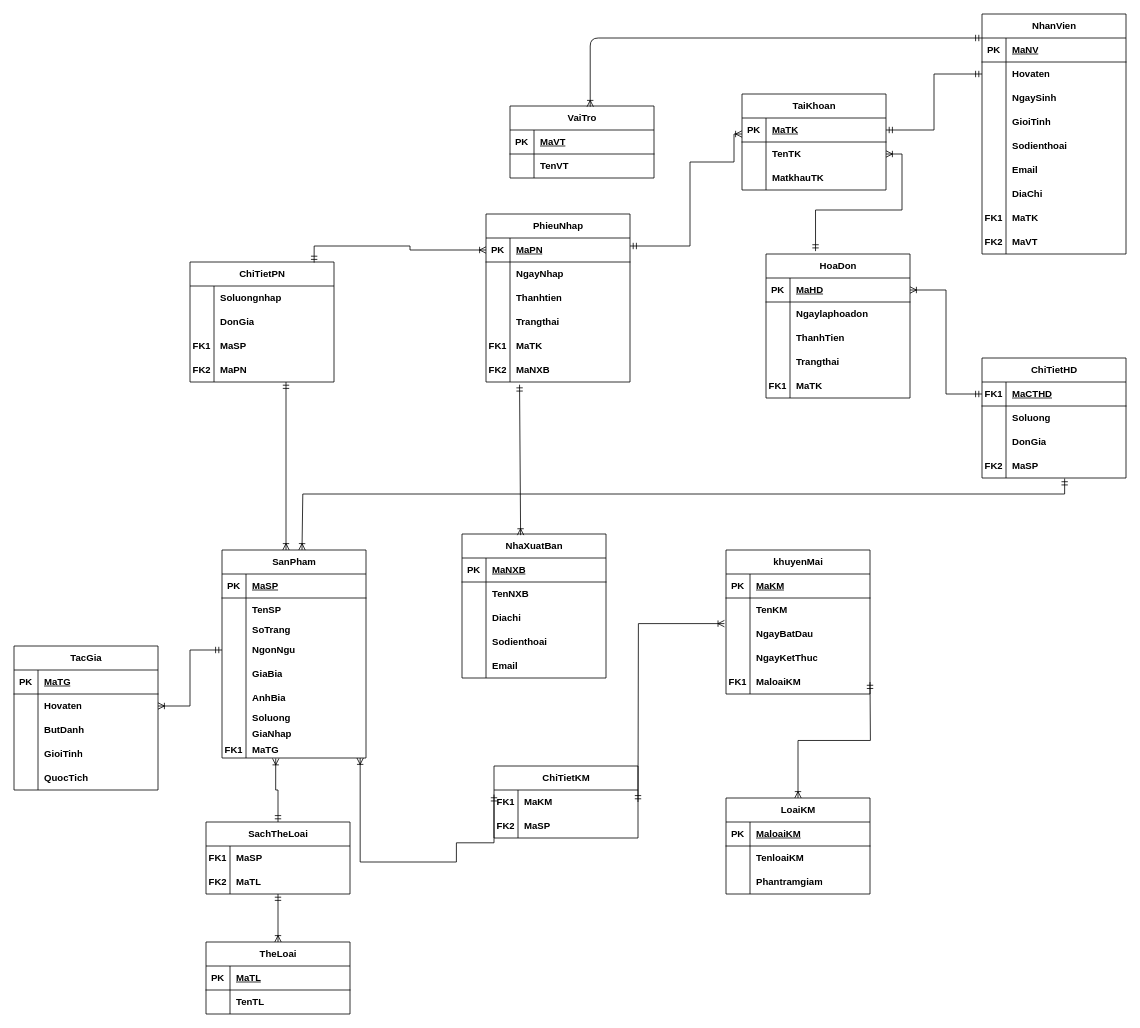
The draw.io diagram DrawIO/ERD.drawio in LuuD04N/CNPM_QLSach_Backup, before the edit. Source tidied: cells renumbered, new cells numbered last; positions are measured from the earlier drawing's top-left corner, leaving out a move shared by most shapes. Both pictures are drawn from the tidied source at 80%, with x=0, y=0 at pixel (14, 14).
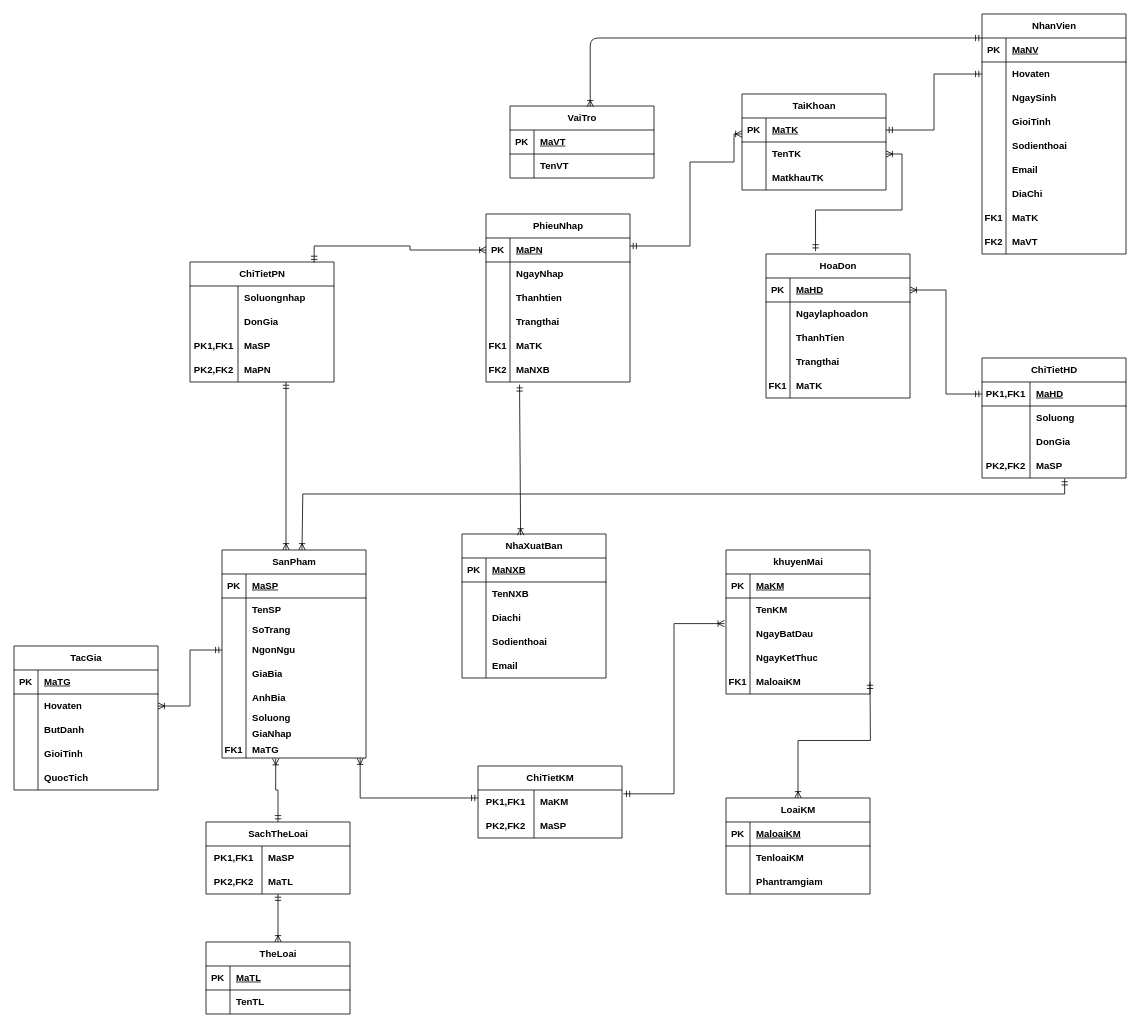
Above is the later version.

Unchanged cells that the change refers to:
```xml
<mxCell id="146" style="shape=tableRow;horizontal=0;startSize=0;swimlaneHead=0;swimlaneBody=0;fillColor=none;top=0;left=0;right=0;bottom=0;fontStyle=1;" parent="145" vertex="1">
  <mxGeometry y="30" width="180" height="30" as="geometry" />
</mxCell>
<mxCell id="149" style="shape=tableRow;horizontal=0;startSize=0;swimlaneHead=0;swimlaneBody=0;fillColor=none;top=0;left=0;right=0;bottom=0;fontStyle=1;" parent="145" vertex="1">
  <mxGeometry y="60" width="180" height="30" as="geometry" />
</mxCell>
<mxCell id="152" style="shape=tableRow;horizontal=0;startSize=0;swimlaneHead=0;swimlaneBody=0;fillColor=none;top=0;left=0;right=0;bottom=0;fontStyle=1;" parent="145" vertex="1">
  <mxGeometry y="90" width="180" height="30" as="geometry" />
</mxCell>
<mxCell id="155" style="shape=tableRow;horizontal=0;startSize=0;swimlaneHead=0;swimlaneBody=0;fillColor=none;points=[[0,0.5],[1,0.5]];portConstraint=eastwest;top=0;left=0;right=0;bottom=0;fontStyle=1;" parent="145" vertex="1">
  <mxGeometry y="120" width="180" height="30" as="geometry" />
</mxCell>
<mxCell id="162" style="shape=tableRow;horizontal=0;startSize=0;swimlaneHead=0;swimlaneBody=0;fillColor=none;points=[[0,0.5],[1,0.5]];portConstraint=eastwest;top=0;left=0;right=0;bottom=1;fontStyle=1;" parent="161" vertex="1">
  <mxGeometry y="30" width="180" height="30" as="geometry" />
</mxCell>
<mxCell id="165" style="shape=tableRow;horizontal=0;startSize=0;swimlaneHead=0;swimlaneBody=0;fillColor=none;top=0;left=0;right=0;bottom=0;fontStyle=1;" parent="161" vertex="1">
  <mxGeometry y="60" width="180" height="30" as="geometry" />
</mxCell>
<mxCell id="168" style="shape=tableRow;horizontal=0;startSize=0;swimlaneHead=0;swimlaneBody=0;fillColor=none;top=0;left=0;right=0;bottom=0;fontStyle=1;" parent="161" vertex="1">
  <mxGeometry y="90" width="180" height="30" as="geometry" />
</mxCell>
<mxCell id="171" style="shape=tableRow;horizontal=0;startSize=0;swimlaneHead=0;swimlaneBody=0;fillColor=none;points=[[0,0.5],[1,0.5]];portConstraint=eastwest;top=0;left=0;right=0;bottom=0;fontStyle=1;" parent="161" vertex="1">
  <mxGeometry y="120" width="180" height="30" as="geometry" />
</mxCell>
<mxCell id="190" style="shape=tableRow;horizontal=0;startSize=0;swimlaneHead=0;swimlaneBody=0;fillColor=none;points=[[0,0.5],[1,0.5]];portConstraint=eastwest;top=0;left=0;right=0;bottom=0;fontStyle=1;" parent="183" vertex="1">
  <mxGeometry y="90" width="180" height="30" as="geometry" />
</mxCell>
<mxCell id="200" style="shape=tableRow;horizontal=0;startSize=0;swimlaneHead=0;swimlaneBody=0;fillColor=none;points=[[0,0.5],[1,0.5]];portConstraint=eastwest;top=0;left=0;right=0;bottom=0;fontStyle=1;" parent="199" vertex="1">
  <mxGeometry y="30" width="180" height="30" as="geometry" />
</mxCell>
<mxCell id="203" style="shape=tableRow;horizontal=0;startSize=0;swimlaneHead=0;swimlaneBody=0;fillColor=none;top=0;left=0;right=0;bottom=0;fontStyle=1;" parent="199" vertex="1">
  <mxGeometry y="60" width="180" height="30" as="geometry" />
</mxCell>
<mxCell id="220" style="shape=tableRow;horizontal=0;startSize=0;swimlaneHead=0;swimlaneBody=0;fillColor=none;top=0;left=0;right=0;bottom=0;fontStyle=1;" parent="219" vertex="1">
  <mxGeometry y="30" width="180" height="30" as="geometry" />
</mxCell>
<mxCell id="223" style="shape=tableRow;horizontal=0;startSize=0;swimlaneHead=0;swimlaneBody=0;fillColor=none;points=[[0,0.5],[1,0.5]];portConstraint=eastwest;top=0;left=0;right=0;bottom=0;fontStyle=1;" parent="219" vertex="1">
  <mxGeometry y="60" width="180" height="30" as="geometry" />
</mxCell>
```

Diff of the diagram source:
```diff
@@
     <mxCell id="147" style="shape=partialRectangle;fillColor=none;top=0;left=0;bottom=0;right=0;overflow=hidden;whiteSpace=wrap;html=1;fontStyle=1;" parent="146" vertex="1">
-      <mxGeometry width="30" height="30" as="geometry" />
+      <mxGeometry width="60" height="30" as="geometry" />
     </mxCell>
     <mxCell id="148" value="Soluongnhap" style="shape=partialRectangle;fillColor=none;top=0;left=0;bottom=0;right=0;align=left;spacingLeft=6;overflow=hidden;whiteSpace=wrap;html=1;fontStyle=1;" parent="146" vertex="1">
-      <mxGeometry x="30" width="150" height="30" as="geometry" />
+      <mxGeometry x="60" width="120" height="30" as="geometry" />
     </mxCell>
@@
     <mxCell id="150" style="shape=partialRectangle;fillColor=none;top=0;left=0;bottom=0;right=0;overflow=hidden;whiteSpace=wrap;html=1;fontStyle=1;" parent="149" vertex="1">
-      <mxGeometry width="30" height="30" as="geometry" />
+      <mxGeometry width="60" height="30" as="geometry" />
     </mxCell>
     <mxCell id="151" value="DonGia" style="shape=partialRectangle;fillColor=none;top=0;left=0;bottom=0;right=0;align=left;spacingLeft=6;overflow=hidden;whiteSpace=wrap;html=1;fontStyle=1;" parent="149" vertex="1">
-      <mxGeometry x="30" width="150" height="30" as="geometry" />
+      <mxGeometry x="60" width="120" height="30" as="geometry" />
     </mxCell>
@@
-    <mxCell id="153" value="FK1" style="shape=partialRectangle;fillColor=none;top=0;left=0;bottom=0;right=0;overflow=hidden;whiteSpace=wrap;html=1;fontStyle=1;" parent="152" vertex="1">
-      <mxGeometry width="30" height="30" as="geometry" />
+    <mxCell id="153" value="PK1,FK1" style="shape=partialRectangle;fillColor=none;top=0;left=0;bottom=0;right=0;overflow=hidden;whiteSpace=wrap;html=1;fontStyle=1;" parent="152" vertex="1">
+      <mxGeometry width="60" height="30" as="geometry" />
     </mxCell>
     <mxCell id="154" value="MaSP" style="shape=partialRectangle;fillColor=none;top=0;left=0;bottom=0;right=0;align=left;spacingLeft=6;overflow=hidden;whiteSpace=wrap;html=1;fontStyle=1;" parent="152" vertex="1">
-      <mxGeometry x="30" width="150" height="30" as="geometry" />
+      <mxGeometry x="60" width="120" height="30" as="geometry" />
     </mxCell>
@@
-    <mxCell id="156" value="FK2" style="shape=partialRectangle;fillColor=none;top=0;left=0;bottom=0;right=0;overflow=hidden;whiteSpace=wrap;html=1;fontStyle=1;" parent="155" vertex="1">
-      <mxGeometry width="30" height="30" as="geometry" />
+    <mxCell id="156" value="PK2,FK2" style="shape=partialRectangle;fillColor=none;top=0;left=0;bottom=0;right=0;overflow=hidden;whiteSpace=wrap;html=1;fontStyle=1;" parent="155" vertex="1">
+      <mxGeometry width="60" height="30" as="geometry" />
     </mxCell>
     <mxCell id="157" value="MaPN" style="shape=partialRectangle;fillColor=none;top=0;left=0;bottom=0;right=0;align=left;spacingLeft=6;overflow=hidden;whiteSpace=wrap;html=1;fontStyle=1;" parent="155" vertex="1">
-      <mxGeometry x="30" width="150" height="30" as="geometry" />
+      <mxGeometry x="60" width="120" height="30" as="geometry" />
     </mxCell>
@@
-    <mxCell id="163" value="FK1" style="shape=partialRectangle;fillColor=none;top=0;left=0;bottom=0;right=0;fontStyle=1;overflow=hidden;whiteSpace=wrap;html=1;" parent="162" vertex="1">
-      <mxGeometry width="30" height="30" as="geometry" />
+    <mxCell id="163" value="PK1,FK1" style="shape=partialRectangle;fillColor=none;top=0;left=0;bottom=0;right=0;fontStyle=1;overflow=hidden;whiteSpace=wrap;html=1;" parent="162" vertex="1">
+      <mxGeometry width="60" height="30" as="geometry" />
     </mxCell>
-    <mxCell id="164" value="MaCTHD" style="shape=partialRectangle;fillColor=none;top=0;left=0;bottom=0;right=0;align=left;spacingLeft=6;fontStyle=5;overflow=hidden;whiteSpace=wrap;html=1;" parent="162" vertex="1">
-      <mxGeometry x="30" width="150" height="30" as="geometry" />
+    <mxCell id="164" value="MaHD" style="shape=partialRectangle;fillColor=none;top=0;left=0;bottom=0;right=0;align=left;spacingLeft=6;fontStyle=5;overflow=hidden;whiteSpace=wrap;html=1;" parent="162" vertex="1">
+      <mxGeometry x="60" width="120" height="30" as="geometry" />
     </mxCell>
@@
     <mxCell id="166" style="shape=partialRectangle;fillColor=none;top=0;left=0;bottom=0;right=0;overflow=hidden;whiteSpace=wrap;html=1;fontStyle=1;" parent="165" vertex="1">
-      <mxGeometry width="30" height="30" as="geometry" />
+      <mxGeometry width="60" height="30" as="geometry" />
     </mxCell>
     <mxCell id="167" value="Soluong" style="shape=partialRectangle;fillColor=none;top=0;left=0;bottom=0;right=0;align=left;spacingLeft=6;overflow=hidden;whiteSpace=wrap;html=1;fontStyle=1;" parent="165" vertex="1">
-      <mxGeometry x="30" width="150" height="30" as="geometry" />
+      <mxGeometry x="60" width="120" height="30" as="geometry" />
     </mxCell>
@@
     <mxCell id="169" style="shape=partialRectangle;fillColor=none;top=0;left=0;bottom=0;right=0;overflow=hidden;whiteSpace=wrap;html=1;fontStyle=1;" parent="168" vertex="1">
-      <mxGeometry width="30" height="30" as="geometry" />
+      <mxGeometry width="60" height="30" as="geometry" />
     </mxCell>
     <mxCell id="170" value="DonGia" style="shape=partialRectangle;fillColor=none;top=0;left=0;bottom=0;right=0;align=left;spacingLeft=6;overflow=hidden;whiteSpace=wrap;html=1;fontStyle=1;" parent="168" vertex="1">
-      <mxGeometry x="30" width="150" height="30" as="geometry" />
+      <mxGeometry x="60" width="120" height="30" as="geometry" />
     </mxCell>
@@
-    <mxCell id="172" value="FK2" style="shape=partialRectangle;fillColor=none;top=0;left=0;bottom=0;right=0;overflow=hidden;whiteSpace=wrap;html=1;fontStyle=1;" parent="171" vertex="1">
-      <mxGeometry width="30" height="30" as="geometry" />
+    <mxCell id="172" value="PK2,FK2" style="shape=partialRectangle;fillColor=none;top=0;left=0;bottom=0;right=0;overflow=hidden;whiteSpace=wrap;html=1;fontStyle=1;" parent="171" vertex="1">
+      <mxGeometry width="60" height="30" as="geometry" />
     </mxCell>
     <mxCell id="173" value="MaSP" style="shape=partialRectangle;fillColor=none;top=0;left=0;bottom=0;right=0;align=left;spacingLeft=6;overflow=hidden;whiteSpace=wrap;html=1;fontStyle=1;" parent="171" vertex="1">
-      <mxGeometry x="30" width="150" height="30" as="geometry" />
+      <mxGeometry x="60" width="120" height="30" as="geometry" />
     </mxCell>
@@
     <mxCell id="199" value="ChiTietKM" style="shape=table;startSize=30;childLayout=tableLayout;rowLines=0;fontStyle=1;align=center;html=1;" parent="1" vertex="1">
-      <mxGeometry x="600" y="940" width="180" height="90" as="geometry" />
+      <mxGeometry x="580" y="940" width="180" height="90" as="geometry" />
     </mxCell>
@@
-    <mxCell id="201" value="FK1" style="shape=partialRectangle;fillColor=none;top=0;left=0;bottom=0;right=0;overflow=hidden;whiteSpace=wrap;html=1;fontStyle=1;" parent="200" vertex="1">
-      <mxGeometry width="30" height="30" as="geometry" />
+    <mxCell id="201" value="PK1,FK1" style="shape=partialRectangle;fillColor=none;top=0;left=0;bottom=0;right=0;overflow=hidden;whiteSpace=wrap;html=1;fontStyle=1;" parent="200" vertex="1">
+      <mxGeometry width="70" height="30" as="geometry" />
     </mxCell>
     <mxCell id="202" value="MaKM" style="shape=partialRectangle;fillColor=none;top=0;left=0;bottom=0;right=0;align=left;spacingLeft=6;overflow=hidden;whiteSpace=wrap;html=1;fontStyle=1;" parent="200" vertex="1">
-      <mxGeometry x="30" width="150" height="30" as="geometry" />
+      <mxGeometry x="70" width="110" height="30" as="geometry" />
     </mxCell>
@@
-    <mxCell id="204" value="FK2" style="shape=partialRectangle;fillColor=none;top=0;left=0;bottom=0;right=0;overflow=hidden;whiteSpace=wrap;html=1;fontStyle=1;" parent="203" vertex="1">
-      <mxGeometry width="30" height="30" as="geometry" />
+    <mxCell id="204" value="PK2,&lt;span style=&quot;background-color: initial;&quot;&gt;FK2&lt;/span&gt;" style="shape=partialRectangle;fillColor=none;top=0;left=0;bottom=0;right=0;overflow=hidden;whiteSpace=wrap;html=1;fontStyle=1;" parent="203" vertex="1">
+      <mxGeometry width="70" height="30" as="geometry" />
     </mxCell>
     <mxCell id="205" value="MaSP" style="shape=partialRectangle;fillColor=none;top=0;left=0;bottom=0;right=0;align=left;spacingLeft=6;overflow=hidden;whiteSpace=wrap;html=1;fontStyle=1;" parent="203" vertex="1">
-      <mxGeometry x="30" width="150" height="30" as="geometry" />
+      <mxGeometry x="70" width="110" height="30" as="geometry" />
     </mxCell>
@@
-    <mxCell id="217" style="edgeStyle=orthogonalEdgeStyle;rounded=0;jettySize=auto;html=1;startArrow=ERoneToMany;startFill=0;endArrow=ERmandOne;endFill=0;exitX=1;exitY=0.5;exitDx=0;exitDy=0;entryX=0;entryY=0.19;entryDx=0;entryDy=0;entryPerimeter=0;" parent="1" edge="1" target="200">
+    <mxCell id="217" style="edgeStyle=orthogonalEdgeStyle;rounded=0;orthogonalLoop=1;jettySize=auto;html=1;startArrow=ERoneToMany;startFill=0;endArrow=ERmandOne;endFill=0;exitX=1;exitY=0.5;exitDx=0;exitDy=0;" parent="1" edge="1">
       <mxGeometry relative="1" as="geometry">
         <mxPoint x="432.7" y="930" as="sourcePoint" />
+        <mxPoint x="580" y="980" as="targetPoint" />
         <Array as="points">
-          <mxPoint x="433" y="1060" />
-          <mxPoint x="553" y="1060" />
-          <mxPoint x="553" y="1036" />
+          <mxPoint x="433" y="980" />
+          <mxPoint x="580" y="980" />
         </Array>
       </mxGeometry>
     </mxCell>
-    <mxCell id="218" style="edgeStyle=orthogonalEdgeStyle;rounded=0;jettySize=auto;html=1;exitX=1;exitY=0.5;exitDx=0;exitDy=0;entryX=-0.011;entryY=0.067;entryDx=0;entryDy=0;entryPerimeter=0;startArrow=ERmandOne;startFill=0;endArrow=ERoneToMany;endFill=0;" parent="1" edge="1" target="190">
-      <mxGeometry relative="1" as="geometry">
-        <mxPoint x="780" y="985" as="sourcePoint" />
-      </mxGeometry>
+    <mxCell id="218" style="edgeStyle=orthogonalEdgeStyle;rounded=0;jettySize=auto;html=1;exitX=1.009;exitY=0.16;exitDx=0;exitDy=0;entryX=-0.011;entryY=0.067;entryDx=0;entryDy=0;entryPerimeter=0;startArrow=ERmandOne;startFill=0;endArrow=ERoneToMany;endFill=0;exitPerimeter=0;" parent="1" edge="1" source="200" target="190">
+      <mxGeometry relative="1" as="geometry" />
     </mxCell>
@@
-    <mxCell id="221" value="FK1" style="shape=partialRectangle;fillColor=none;top=0;left=0;bottom=0;right=0;overflow=hidden;whiteSpace=wrap;html=1;fontStyle=1;" parent="220" vertex="1">
-      <mxGeometry width="30" height="30" as="geometry" />
+    <mxCell id="221" value="PK1,FK1" style="shape=partialRectangle;fillColor=none;top=0;left=0;bottom=0;right=0;overflow=hidden;whiteSpace=wrap;html=1;fontStyle=1;" parent="220" vertex="1">
+      <mxGeometry width="70" height="30" as="geometry" />
     </mxCell>
     <mxCell id="222" value="MaSP" style="shape=partialRectangle;fillColor=none;top=0;left=0;bottom=0;right=0;align=left;spacingLeft=6;overflow=hidden;whiteSpace=wrap;html=1;fontStyle=1;" parent="220" vertex="1">
-      <mxGeometry x="30" width="150" height="30" as="geometry" />
+      <mxGeometry x="70" width="110" height="30" as="geometry" />
     </mxCell>
@@
-    <mxCell id="224" value="FK2" style="shape=partialRectangle;fillColor=none;top=0;left=0;bottom=0;right=0;overflow=hidden;whiteSpace=wrap;html=1;fontStyle=1;" parent="223" vertex="1">
-      <mxGeometry width="30" height="30" as="geometry" />
+    <mxCell id="224" value="PK2,FK2" style="shape=partialRectangle;fillColor=none;top=0;left=0;bottom=0;right=0;overflow=hidden;whiteSpace=wrap;html=1;fontStyle=1;" parent="223" vertex="1">
+      <mxGeometry width="70" height="30" as="geometry" />
     </mxCell>
     <mxCell id="225" value="MaTL" style="shape=partialRectangle;fillColor=none;top=0;left=0;bottom=0;right=0;align=left;spacingLeft=6;overflow=hidden;whiteSpace=wrap;html=1;fontStyle=1;" parent="223" vertex="1">
-      <mxGeometry x="30" width="150" height="30" as="geometry" />
+      <mxGeometry x="70" width="110" height="30" as="geometry" />
     </mxCell>
```
